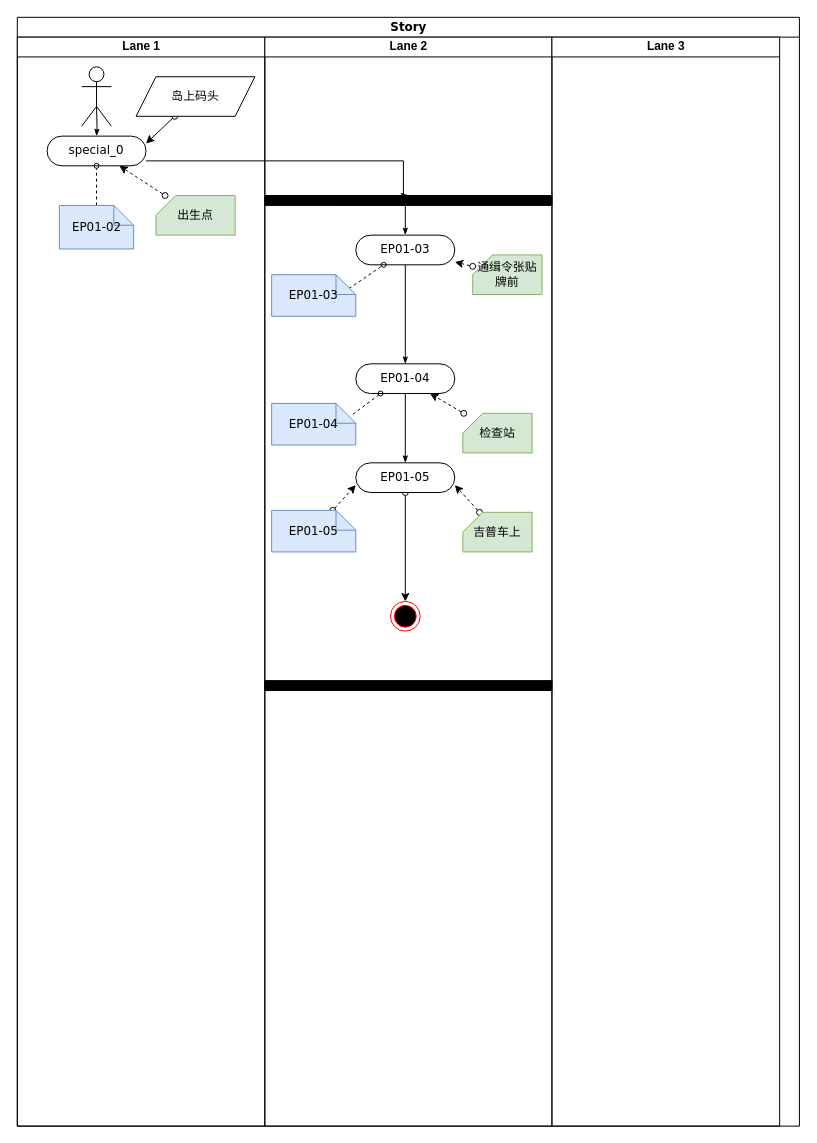
Before: Tools/LevelDesignUML/LevelDesignUML_EP_02.drawio in kwh3884858/Hippocampus, a draw.io diagram. Source tidied: cells renumbered, new cells numbered last; positions are measured from the earlier drawing's top-left corner, leaving out a move shared by most shapes. Both pictures are drawn from the tidied source at 99%, with x=0, y=0 at pixel (17, 17).
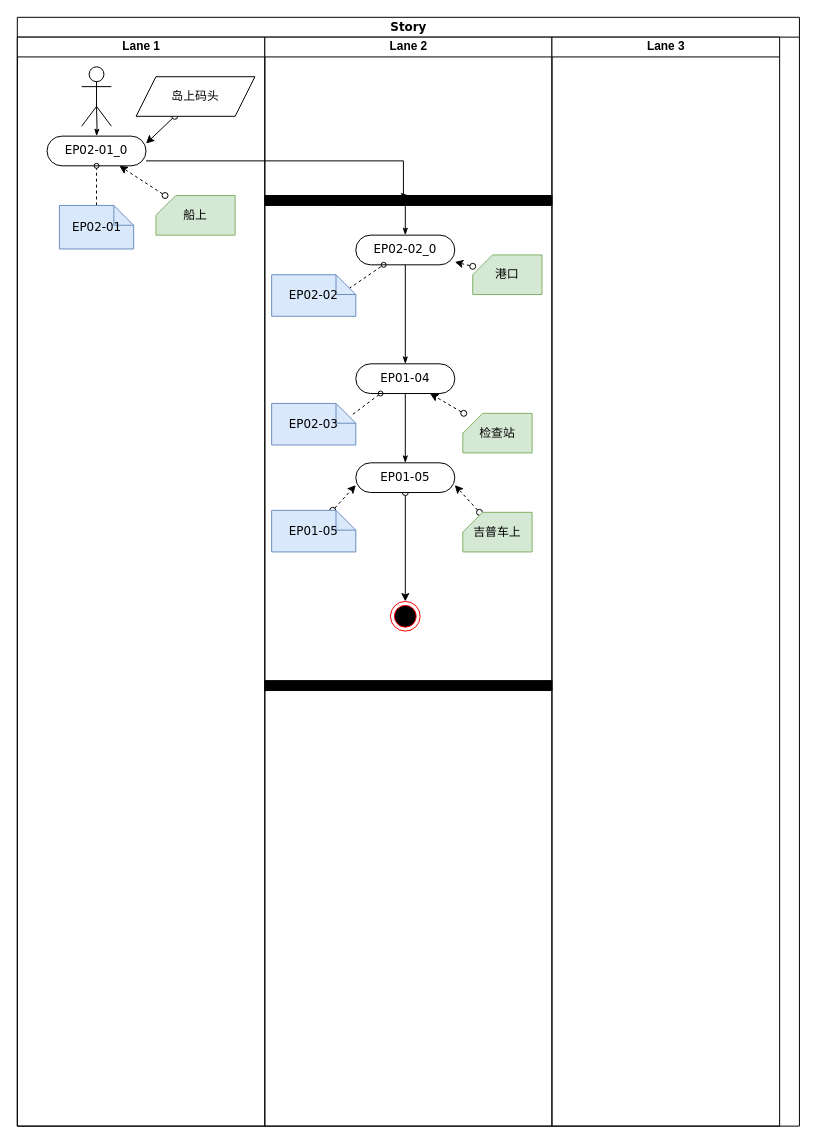
The same diagram, later.

Unchanged cells that the change refers to:
```xml
<mxCell id="3" value="Lane 1" style="swimlane;html=1;startSize=20;" parent="2" vertex="1">
  <mxGeometry y="20" width="250" height="1100" as="geometry" />
</mxCell>
<mxCell id="13" value="Lane 2" style="swimlane;html=1;startSize=20;" parent="2" vertex="1">
  <mxGeometry x="250" y="20" width="290" height="1100" as="geometry" />
</mxCell>
```

The edit, as a diff of the source:
```diff
@@
-    <mxCell id="4" value="special_0" style="rounded=1;whiteSpace=wrap;html=1;shadow=0;comic=0;labelBackgroundColor=none;strokeWidth=1;fontFamily=Verdana;fontSize=12;align=center;arcSize=50;" parent="3" vertex="1">
+    <mxCell id="4" value="EP02-01_0" style="rounded=1;whiteSpace=wrap;html=1;shadow=0;comic=0;labelBackgroundColor=none;strokeWidth=1;fontFamily=Verdana;fontSize=12;align=center;arcSize=50;" parent="3" vertex="1">
       <mxGeometry x="30" y="100" width="100" height="30" as="geometry" />
     </mxCell>
@@
-    <mxCell id="7" value="EP01-02" style="shape=note;whiteSpace=wrap;html=1;rounded=0;shadow=0;comic=0;labelBackgroundColor=none;strokeWidth=1;fontFamily=Verdana;fontSize=12;align=center;size=20;fillColor=#dae8fc;strokeColor=#6c8ebf;" parent="3" vertex="1">
+    <mxCell id="7" value="EP02-01" style="shape=note;whiteSpace=wrap;html=1;rounded=0;shadow=0;comic=0;labelBackgroundColor=none;strokeWidth=1;fontFamily=Verdana;fontSize=12;align=center;size=20;fillColor=#dae8fc;strokeColor=#6c8ebf;" parent="3" vertex="1">
       <mxGeometry x="42.5" y="170" width="75" height="44" as="geometry" />
     </mxCell>
@@
-    <mxCell id="10" value="出生点" style="shape=card;whiteSpace=wrap;html=1;size=20;fillColor=#d5e8d4;strokeColor=#82b366;" parent="3" vertex="1">
+    <mxCell id="10" value="船上" style="shape=card;whiteSpace=wrap;html=1;size=20;fillColor=#d5e8d4;strokeColor=#82b366;" parent="3" vertex="1">
       <mxGeometry x="140" y="160" width="80" height="40" as="geometry" />
     </mxCell>
@@
-    <mxCell id="15" value="EP01-03" style="rounded=1;whiteSpace=wrap;html=1;shadow=0;comic=0;labelBackgroundColor=none;strokeWidth=1;fontFamily=Verdana;fontSize=12;align=center;arcSize=50;" parent="13" vertex="1">
+    <mxCell id="15" value="EP02-02_0" style="rounded=1;whiteSpace=wrap;html=1;shadow=0;comic=0;labelBackgroundColor=none;strokeWidth=1;fontFamily=Verdana;fontSize=12;align=center;arcSize=50;" parent="13" vertex="1">
       <mxGeometry x="91.9" y="200" width="100" height="30" as="geometry" />
     </mxCell>
@@
-    <mxCell id="21" value="EP01-03" style="shape=note;whiteSpace=wrap;html=1;rounded=0;shadow=0;comic=0;labelBackgroundColor=none;strokeWidth=1;fontFamily=Verdana;fontSize=12;align=center;size=20;fillColor=#dae8fc;strokeColor=#6c8ebf;" parent="13" vertex="1">
+    <mxCell id="21" value="EP02-02" style="shape=note;whiteSpace=wrap;html=1;rounded=0;shadow=0;comic=0;labelBackgroundColor=none;strokeWidth=1;fontFamily=Verdana;fontSize=12;align=center;size=20;fillColor=#dae8fc;strokeColor=#6c8ebf;" parent="13" vertex="1">
       <mxGeometry x="6.9" y="240" width="85" height="42" as="geometry" />
     </mxCell>
-    <mxCell id="22" value="EP01-04" style="shape=note;whiteSpace=wrap;html=1;rounded=0;shadow=0;comic=0;labelBackgroundColor=none;strokeWidth=1;fontFamily=Verdana;fontSize=12;align=center;size=20;fillColor=#dae8fc;strokeColor=#6c8ebf;" parent="13" vertex="1">
+    <mxCell id="22" value="EP02-03" style="shape=note;whiteSpace=wrap;html=1;rounded=0;shadow=0;comic=0;labelBackgroundColor=none;strokeWidth=1;fontFamily=Verdana;fontSize=12;align=center;size=20;fillColor=#dae8fc;strokeColor=#6c8ebf;" parent="13" vertex="1">
       <mxGeometry x="6.9" y="370" width="85" height="42" as="geometry" />
     </mxCell>
@@
-    <mxCell id="27" value="通缉令张贴牌前" style="shape=card;whiteSpace=wrap;html=1;size=20;fillColor=#d5e8d4;strokeColor=#82b366;" parent="13" vertex="1">
+    <mxCell id="27" value="港口" style="shape=card;whiteSpace=wrap;html=1;size=20;fillColor=#d5e8d4;strokeColor=#82b366;" parent="13" vertex="1">
       <mxGeometry x="210" y="220" width="70" height="40" as="geometry" />
     </mxCell>
```
